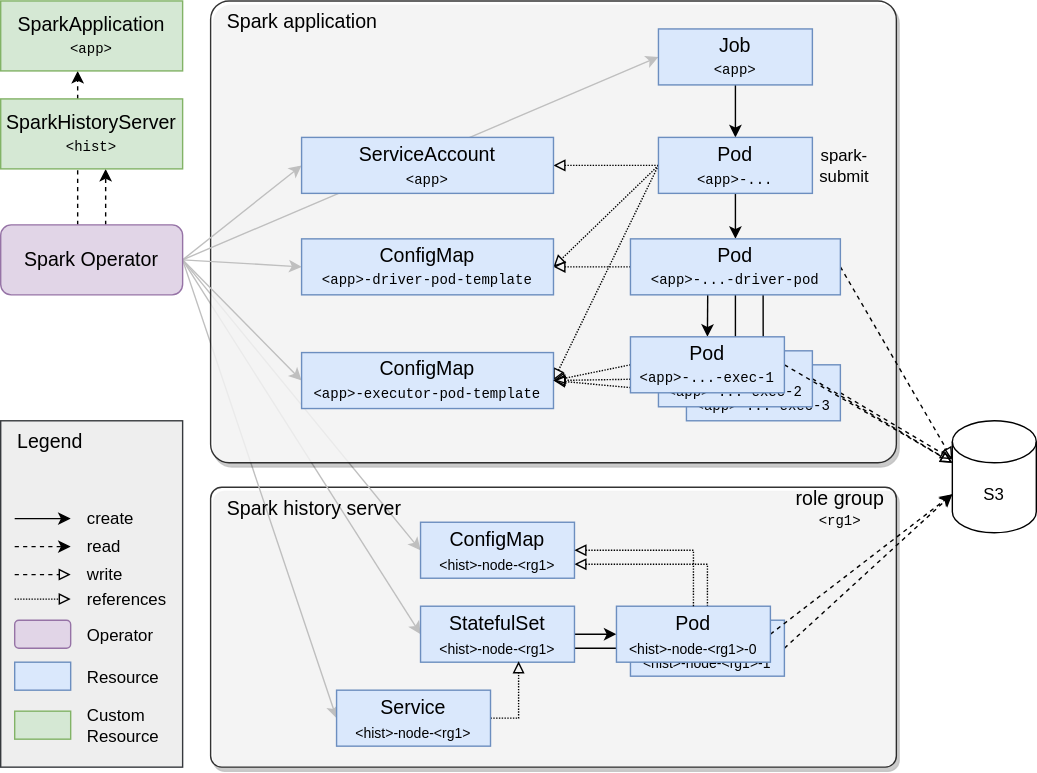
Before: docs/modules/spark-k8s/images/spark_overview.drawio.svg, a diagram exported from draw.io (stackabletech/spark-k8s-operator). Source tidied: cells renumbered, new cells last; positions are measured from the earlier drawing's top-left corner, leaving out a move shared by most shapes.
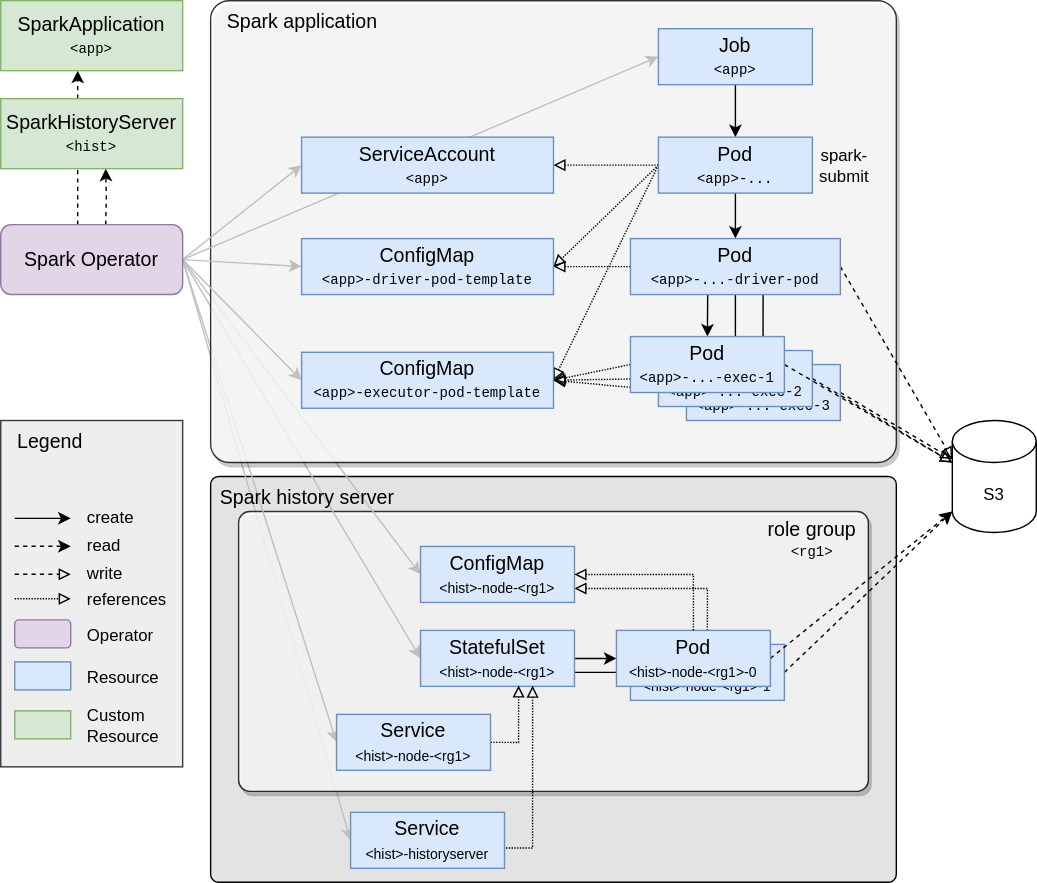
Later version of the same file.

The edit, as a diff of the source:
```diff
@@ -2,8 +2,14 @@
   <root>
     <mxCell id="0" />
     <mxCell id="1" parent="0" />
+    <mxCell id="74" style="rounded=1;whiteSpace=wrap;html=1;align=left;verticalAlign=top;arcSize=2;fillColor=#E3E3E3;" parent="1" vertex="1">
+      <mxGeometry x="150" y="340" width="490" height="290" as="geometry" />
+    </mxCell>
+    <mxCell id="75" style="rounded=0;jettySize=auto;html=1;exitX=1;exitY=0.5;exitDx=0;exitDy=0;entryX=0;entryY=0.5;entryDx=0;entryDy=0;strokeColor=#BFBFBF;" parent="1" edge="1" source="14" target="77">
+      <mxGeometry relative="1" as="geometry" />
+    </mxCell>
     <mxCell id="2" style="rounded=1;whiteSpace=wrap;html=1;align=left;verticalAlign=top;glass=0;shadow=1;arcSize=4;opacity=80;" parent="1" vertex="1">
-      <mxGeometry x="150" y="347.5" width="490" height="200" as="geometry" />
+      <mxGeometry x="170" y="365" width="450" height="200" as="geometry" />
     </mxCell>
     <mxCell id="3" style="rounded=0;jettySize=auto;html=1;exitX=1;exitY=0.5;exitDx=0;exitDy=0;entryX=0;entryY=0.5;entryDx=0;entryDy=0;strokeColor=#BFBFBF;" parent="1" edge="1" source="14" target="65">
       <mxGeometry relative="1" as="geometry" />
@@ -186,35 +192,39 @@
     <mxCell id="56" style="edgeStyle=orthogonalEdgeStyle;rounded=0;jettySize=auto;html=1;exitX=1;exitY=0.75;exitDx=0;exitDy=0;" parent="1" edge="1" source="60" target="58">
       <mxGeometry relative="1" as="geometry" />
     </mxCell>
-    <mxCell id="57" style="rounded=0;jettySize=auto;html=1;exitX=1;exitY=0.5;exitDx=0;exitDy=0;entryX=0;entryY=0;entryDx=0;entryDy=52.5;entryPerimeter=0;dashed=1;" parent="1" edge="1" source="58" target="71">
-      <mxGeometry relative="1" as="geometry" />
+    <mxCell id="57" style="rounded=0;jettySize=auto;html=1;exitX=1;exitY=0.5;exitDx=0;exitDy=0;entryX=0;entryY=0;entryDx=0;entryDy=52.5;entryPerimeter=0;dashed=1;" parent="1" edge="1" source="58">
+      <mxGeometry relative="1" as="geometry">
+        <mxPoint x="680" y="365" as="targetPoint" />
+      </mxGeometry>
     </mxCell>
     <mxCell id="58" value="Pod&lt;br&gt;&lt;div&gt;&lt;font style=&quot;font-size: 10px;&quot;&gt;&amp;lt;hist&amp;gt;-node-&amp;lt;rg1&amp;gt;-1&lt;/font&gt;&lt;/div&gt;" style="rounded=0;whiteSpace=wrap;html=1;fillColor=#dae8fc;strokeColor=#6c8ebf;fontSize=14;" parent="1" vertex="1">
-      <mxGeometry x="450" y="442.5" width="110" height="40" as="geometry" />
+      <mxGeometry x="450" y="460" width="110" height="40" as="geometry" />
     </mxCell>
     <mxCell id="59" style="edgeStyle=orthogonalEdgeStyle;rounded=0;jettySize=auto;html=1;entryX=0;entryY=0.5;entryDx=0;entryDy=0;" parent="1" edge="1" source="60" target="64">
       <mxGeometry relative="1" as="geometry" />
     </mxCell>
     <mxCell id="60" value="StatefulSet&lt;br&gt;&lt;font style=&quot;font-size: 10px;&quot;&gt;&amp;lt;hist&amp;gt;-node-&amp;lt;rg1&amp;gt;&lt;/font&gt;" style="rounded=0;whiteSpace=wrap;html=1;fillColor=#dae8fc;strokeColor=#6c8ebf;fontSize=14;" parent="1" vertex="1">
-      <mxGeometry x="300" y="432.5" width="110" height="40" as="geometry" />
+      <mxGeometry x="300" y="450" width="110" height="40" as="geometry" />
     </mxCell>
     <mxCell id="61" style="edgeStyle=orthogonalEdgeStyle;rounded=0;jettySize=auto;html=1;exitX=1;exitY=0.5;exitDx=0;exitDy=0;entryX=0.637;entryY=0.985;entryDx=0;entryDy=0;entryPerimeter=0;dashed=1;dashPattern=1 1;endArrow=block;endFill=0;" parent="1" edge="1" source="62" target="60">
       <mxGeometry relative="1" as="geometry" />
     </mxCell>
     <mxCell id="62" value="Service&lt;br&gt;&lt;div&gt;&lt;font style=&quot;font-size: 10px;&quot;&gt;&amp;lt;hist&amp;gt;-node-&amp;lt;rg1&amp;gt;&lt;/font&gt;&lt;/div&gt;" style="rounded=0;whiteSpace=wrap;html=1;fillColor=#dae8fc;strokeColor=#6c8ebf;fontSize=14;" parent="1" vertex="1">
-      <mxGeometry x="240" y="492.5" width="110" height="40" as="geometry" />
+      <mxGeometry x="240" y="510" width="110" height="40" as="geometry" />
     </mxCell>
-    <mxCell id="63" style="rounded=0;jettySize=auto;html=1;exitX=1;exitY=0.5;exitDx=0;exitDy=0;entryX=0;entryY=0;entryDx=0;entryDy=52.5;entryPerimeter=0;dashed=1;" parent="1" edge="1" source="64" target="71">
-      <mxGeometry relative="1" as="geometry" />
+    <mxCell id="63" style="rounded=0;jettySize=auto;html=1;exitX=1;exitY=0.5;exitDx=0;exitDy=0;entryX=0;entryY=0;entryDx=0;entryDy=52.5;entryPerimeter=0;dashed=1;" parent="1" edge="1" source="64">
+      <mxGeometry relative="1" as="geometry">
+        <mxPoint x="680" y="365" as="targetPoint" />
+      </mxGeometry>
     </mxCell>
     <mxCell id="64" value="Pod&lt;br&gt;&lt;div&gt;&lt;font style=&quot;font-size: 10px;&quot;&gt;&amp;lt;hist&amp;gt;-node-&amp;lt;rg1&amp;gt;-0&lt;/font&gt;&lt;/div&gt;" style="rounded=0;whiteSpace=wrap;html=1;fillColor=#dae8fc;strokeColor=#6c8ebf;fontSize=14;" parent="1" vertex="1">
-      <mxGeometry x="440" y="432.5" width="110" height="40" as="geometry" />
+      <mxGeometry x="440" y="450" width="110" height="40" as="geometry" />
     </mxCell>
     <mxCell id="65" value="ConfigMap&lt;br&gt;&lt;font style=&quot;font-size: 10px;&quot;&gt;&amp;lt;hist&amp;gt;-node-&amp;lt;rg1&amp;gt;&lt;/font&gt;" style="rounded=0;whiteSpace=wrap;html=1;fillColor=#dae8fc;strokeColor=#6c8ebf;fontSize=14;" parent="1" vertex="1">
-      <mxGeometry x="300" y="372.5" width="110" height="40" as="geometry" />
+      <mxGeometry x="300" y="390" width="110" height="40" as="geometry" />
     </mxCell>
     <mxCell id="66" value="&lt;font style=&quot;font-size: 14px;&quot;&gt;role group&lt;/font&gt;&lt;br&gt;&lt;font style=&quot;font-size: 10px;&quot; face=&quot;Courier New&quot;&gt;&amp;lt;rg1&amp;gt;&lt;/font&gt;" style="text;html=1;strokeColor=none;fillColor=none;align=center;verticalAlign=middle;whiteSpace=wrap;rounded=0;" parent="1" vertex="1">
-      <mxGeometry x="560" y="347.5" width="80" height="30" as="geometry" />
+      <mxGeometry x="540" y="370" width="80" height="30" as="geometry" />
     </mxCell>
     <mxCell id="67" style="edgeStyle=orthogonalEdgeStyle;rounded=0;jettySize=auto;html=1;exitX=0.5;exitY=0;exitDx=0;exitDy=0;dashed=1;dashPattern=1 1;endArrow=block;endFill=0;entryX=1;entryY=0.5;entryDx=0;entryDy=0;" parent="1" edge="1" source="64" target="65">
       <mxGeometry relative="1" as="geometry" />
@@ -223,7 +233,7 @@
       <mxGeometry x="160" width="120" height="30" as="geometry" />
     </mxCell>
     <mxCell id="69" value="&lt;span style=&quot;font-size: 14px;&quot;&gt;Spark history server&lt;/span&gt;" style="text;html=1;strokeColor=none;fillColor=none;align=left;verticalAlign=middle;whiteSpace=wrap;rounded=0;" parent="1" vertex="1">
-      <mxGeometry x="160" y="347.5" width="170" height="30" as="geometry" />
+      <mxGeometry x="155" y="340" width="170" height="30" as="geometry" />
     </mxCell>
     <mxCell id="70" value="&lt;span style=&quot;background-color: initial;&quot;&gt;SparkHistoryServer&lt;br&gt;&lt;/span&gt;&lt;span style=&quot;font-size: 10px; font-family: &amp;quot;Courier New&amp;quot;; background-color: initial;&quot;&gt;&amp;lt;hist&amp;gt;&lt;/span&gt;" style="rounded=0;whiteSpace=wrap;html=1;fillColor=#d5e8d4;strokeColor=#82b366;fontSize=14;" parent="1" vertex="1">
       <mxGeometry y="70" width="130" height="50" as="geometry" />
@@ -240,5 +250,15 @@
     <mxCell id="73" value="write" style="text;html=1;align=left;verticalAlign=middle;strokeColor=none;fillColor=none;" parent="1" vertex="1">
       <mxGeometry x="60" y="395" width="50" height="30" as="geometry" />
     </mxCell>
+    <mxCell id="76" style="edgeStyle=orthogonalEdgeStyle;rounded=0;jettySize=auto;html=1;exitX=0.991;exitY=0.637;exitDx=0;exitDy=0;entryX=0.728;entryY=0.988;entryDx=0;entryDy=0;entryPerimeter=0;endArrow=block;dashed=1;dashPattern=1 1;endFill=0;exitPerimeter=0;" parent="1" edge="1" source="77" target="60">
+      <mxGeometry relative="1" as="geometry">
+        <Array as="points">
+          <mxPoint x="380" y="606" />
+        </Array>
+      </mxGeometry>
+    </mxCell>
+    <mxCell id="77" value="Service&lt;br&gt;&lt;div&gt;&lt;font style=&quot;font-size: 10px;&quot;&gt;&amp;lt;hist&amp;gt;-historyserver&lt;/font&gt;&lt;/div&gt;" style="rounded=0;whiteSpace=wrap;html=1;fillColor=#dae8fc;strokeColor=#6c8ebf;fontSize=14;" parent="1" vertex="1">
+      <mxGeometry x="250" y="580" width="110" height="40" as="geometry" />
+    </mxCell>
   </root>
 </mxGraphModel>
```
